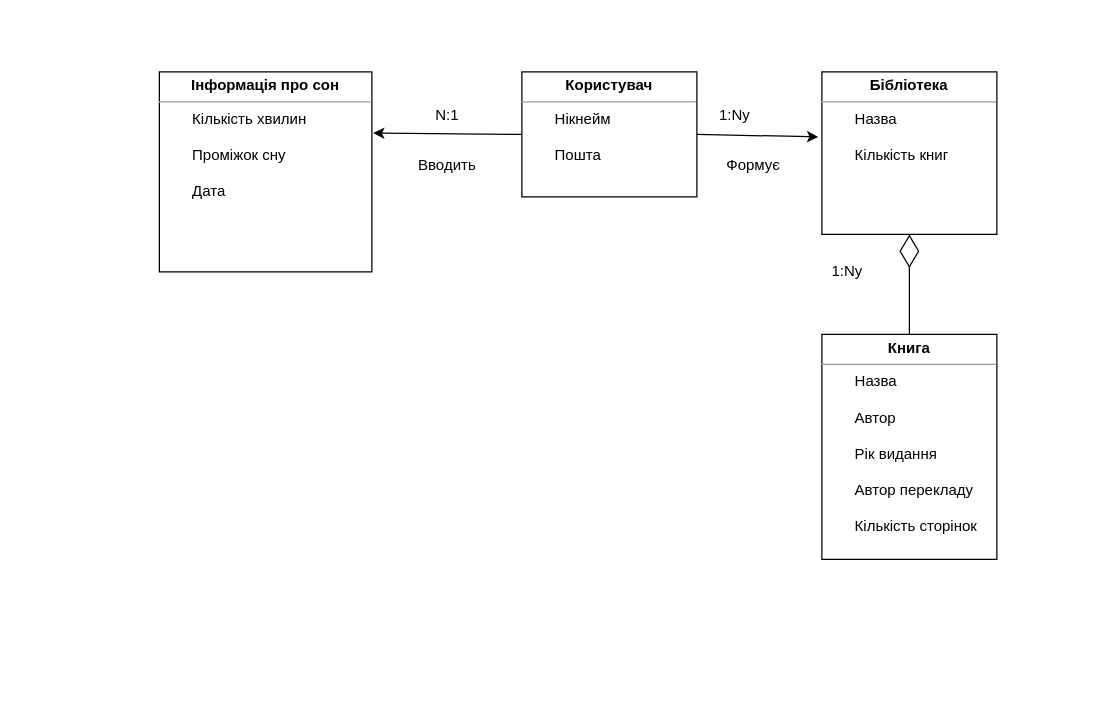
oleksandrblazhko/eai205-boychuk keeps this draw.io diagram as 2-SoftwareDesign/2.1-UMLConceptClasses./UMLConcept.drawio. Above is the earlier version. Source tidied: cells renumbered, new cells numbered last; positions are measured from the earlier drawing's top-left corner, leaving out a move shared by most shapes. Both pictures are drawn from the tidied source at 125%, with x=0, y=0 at pixel (159, 71).
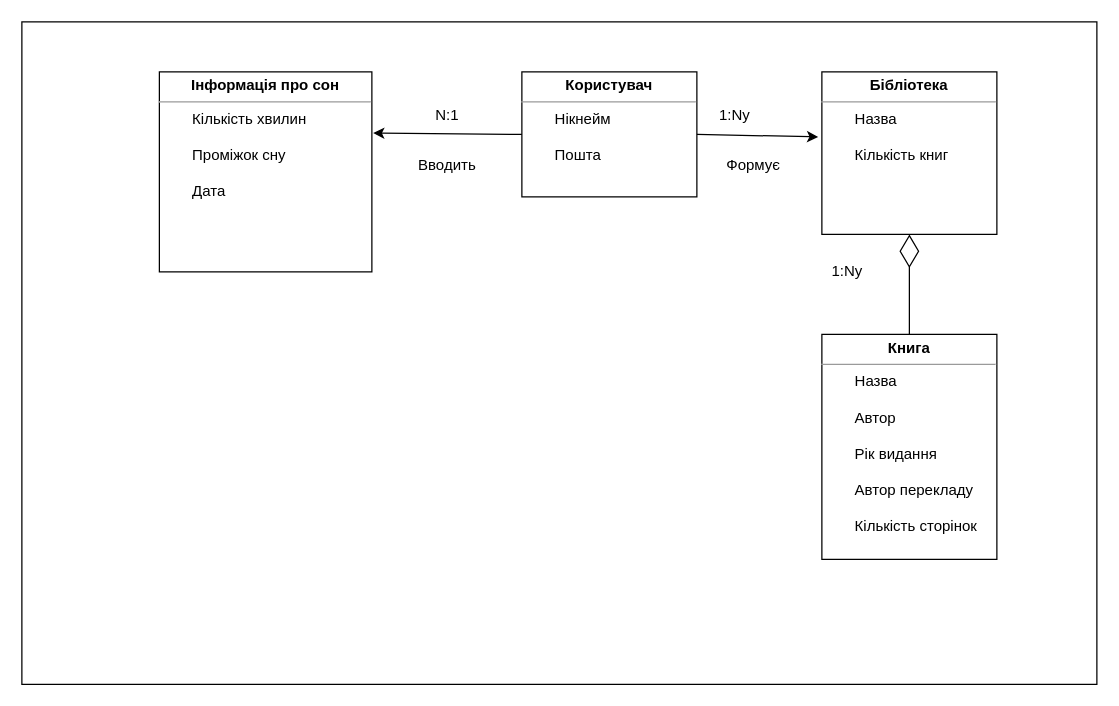
The same diagram, later.

Diff of the diagram source:
```diff
@@
 <mxGraphModel>
   <root>
     <mxCell id="0" />
     <mxCell id="1" parent="0" />
+    <mxCell id="14" style="rounded=0;whiteSpace=wrap;html=1;" parent="1" vertex="1">
+      <mxGeometry x="-110" y="-40" width="860" height="530" as="geometry" />
+    </mxCell>
     <mxCell id="2" value="&lt;p style=&quot;margin:0px;margin-top:4px;text-align:center;&quot;&gt;&lt;b&gt;Користувач&lt;/b&gt;&lt;/p&gt;&lt;hr size=&quot;1&quot;&gt;&lt;div style=&quot;height:2px;&quot;&gt;&lt;span style=&quot;white-space: pre;&quot;&gt;&#9;&lt;/span&gt;Нікнейм&lt;br&gt;&lt;span style=&quot;white-space: pre;&quot;&gt;&#9;&lt;/span&gt;&lt;br&gt;&lt;span style=&quot;white-space: pre;&quot;&gt;&#9;&lt;/span&gt;Пошта&lt;br&gt;&lt;br&gt;&lt;span style=&quot;white-space: pre;&quot;&gt;&#9;&lt;/span&gt;&lt;br&gt;&lt;/div&gt;&lt;div style=&quot;height:2px;&quot;&gt;&lt;br&gt;&lt;/div&gt;" style="verticalAlign=top;align=left;overflow=fill;fontSize=12;fontFamily=Helvetica;html=1;" parent="1" vertex="1">
       <mxGeometry x="290" width="140" height="100" as="geometry" />
     </mxCell>
     <mxCell id="3" value="&lt;p style=&quot;margin:0px;margin-top:4px;text-align:center;&quot;&gt;&lt;b&gt;Бібліотека&lt;/b&gt;&lt;/p&gt;&lt;hr size=&quot;1&quot;&gt;&lt;div style=&quot;height:2px;&quot;&gt;&lt;span style=&quot;white-space: pre;&quot;&gt;&#9;&lt;/span&gt;Назва&lt;br&gt;&lt;br&gt;&lt;span style=&quot;white-space: pre;&quot;&gt;&#9;&lt;/span&gt;Кількість книг&lt;br&gt;&lt;br&gt;&lt;span style=&quot;white-space: pre;&quot;&gt;&#9;&lt;/span&gt;&lt;br&gt;&lt;/div&gt;" style="verticalAlign=top;align=left;overflow=fill;fontSize=12;fontFamily=Helvetica;html=1;" parent="1" vertex="1">
       <mxGeometry x="530" width="140" height="130" as="geometry" />
     </mxCell>
     <mxCell id="4" value="&lt;p style=&quot;margin:0px;margin-top:4px;text-align:center;&quot;&gt;&lt;b&gt;Книга&lt;/b&gt;&lt;/p&gt;&lt;hr size=&quot;1&quot;&gt;&lt;div style=&quot;height:2px;&quot;&gt;&lt;span style=&quot;white-space: pre;&quot;&gt;&#9;&lt;/span&gt;Назва&lt;br&gt;&lt;br&gt;&lt;span style=&quot;white-space: pre;&quot;&gt;&#9;&lt;/span&gt;Автор&lt;br&gt;&lt;br&gt;&lt;span style=&quot;white-space: pre;&quot;&gt;&#9;&lt;/span&gt;Рік видання&lt;br&gt;&lt;br&gt;&lt;span style=&quot;white-space: pre;&quot;&gt;&#9;&lt;/span&gt;Автор перекладу&lt;br&gt;&lt;br&gt;&lt;span style=&quot;white-space: pre;&quot;&gt;&#9;&lt;/span&gt;Кількість сторінок&lt;br&gt;&lt;br&gt;&lt;/div&gt;" style="verticalAlign=top;align=left;overflow=fill;fontSize=12;fontFamily=Helvetica;html=1;" parent="1" vertex="1">
       <mxGeometry x="530" y="210" width="140" height="180" as="geometry" />
     </mxCell>
     <mxCell id="5" value="&lt;p style=&quot;margin:0px;margin-top:4px;text-align:center;&quot;&gt;&lt;b&gt;Інформація про сон&lt;/b&gt;&lt;/p&gt;&lt;hr size=&quot;1&quot;&gt;&lt;div style=&quot;height:2px;&quot;&gt;&lt;span style=&quot;white-space: pre;&quot;&gt;&#9;&lt;/span&gt;Кількість хвилин&lt;br&gt;&lt;br&gt;&lt;span style=&quot;white-space: pre;&quot;&gt;&#9;&lt;/span&gt;Проміжок сну&lt;br&gt;&lt;br&gt;&lt;span style=&quot;white-space: pre;&quot;&gt;&#9;&lt;/span&gt;Дата&lt;br&gt;&lt;/div&gt;" style="verticalAlign=top;align=left;overflow=fill;fontSize=12;fontFamily=Helvetica;html=1;" parent="1" vertex="1">
       <mxGeometry width="170" height="160" as="geometry" />
     </mxCell>
     <mxCell id="6" style="endArrow=classic;html=1;rounded=0;exitX=1;exitY=0.5;exitDx=0;exitDy=0;entryX=-0.021;entryY=0.4;entryDx=0;entryDy=0;entryPerimeter=0;" parent="1" edge="1" source="2" target="3">
       <mxGeometry relative="1" as="geometry" />
     </mxCell>
     <mxCell id="7" value="1:Nу" style="text;html=1;align=center;verticalAlign=middle;strokeColor=none;fillColor=none;" parent="1" vertex="1">
       <mxGeometry x="525" y="145" width="50" height="30" as="geometry" />
     </mxCell>
     <mxCell id="8" value="1:Nу" style="text;html=1;align=center;verticalAlign=middle;strokeColor=none;fillColor=none;" parent="1" vertex="1">
       <mxGeometry x="435" y="20" width="50" height="30" as="geometry" />
     </mxCell>
     <mxCell id="9" value="N:1" style="text;html=1;align=center;verticalAlign=middle;strokeColor=none;fillColor=none;" parent="1" vertex="1">
       <mxGeometry x="210" y="20" width="40" height="30" as="geometry" />
     </mxCell>
     <mxCell id="10" style="endArrow=classic;html=1;rounded=0;exitX=0;exitY=0.5;exitDx=0;exitDy=0;entryX=1.006;entryY=0.306;entryDx=0;entryDy=0;entryPerimeter=0;" parent="1" edge="1" source="2" target="5">
       <mxGeometry relative="1" as="geometry" />
     </mxCell>
     <mxCell id="11" value="Вводить" style="text;html=1;align=center;verticalAlign=middle;strokeColor=none;fillColor=none;" parent="1" vertex="1">
       <mxGeometry x="195" y="60" width="70" height="30" as="geometry" />
     </mxCell>
     <mxCell id="12" value="Формує" style="text;html=1;align=center;verticalAlign=middle;strokeColor=none;fillColor=none;" parent="1" vertex="1">
       <mxGeometry x="440" y="60" width="70" height="30" as="geometry" />
     </mxCell>
     <mxCell id="13" style="endArrow=diamondThin;endFill=0;endSize=24;html=1;rounded=0;entryX=0.5;entryY=1;entryDx=0;entryDy=0;exitX=0.5;exitY=0;exitDx=0;exitDy=0;" parent="1" edge="1" source="4" target="3">
       <mxGeometry relative="1" as="geometry" />
     </mxCell>
   </root>
 </mxGraphModel>
```
